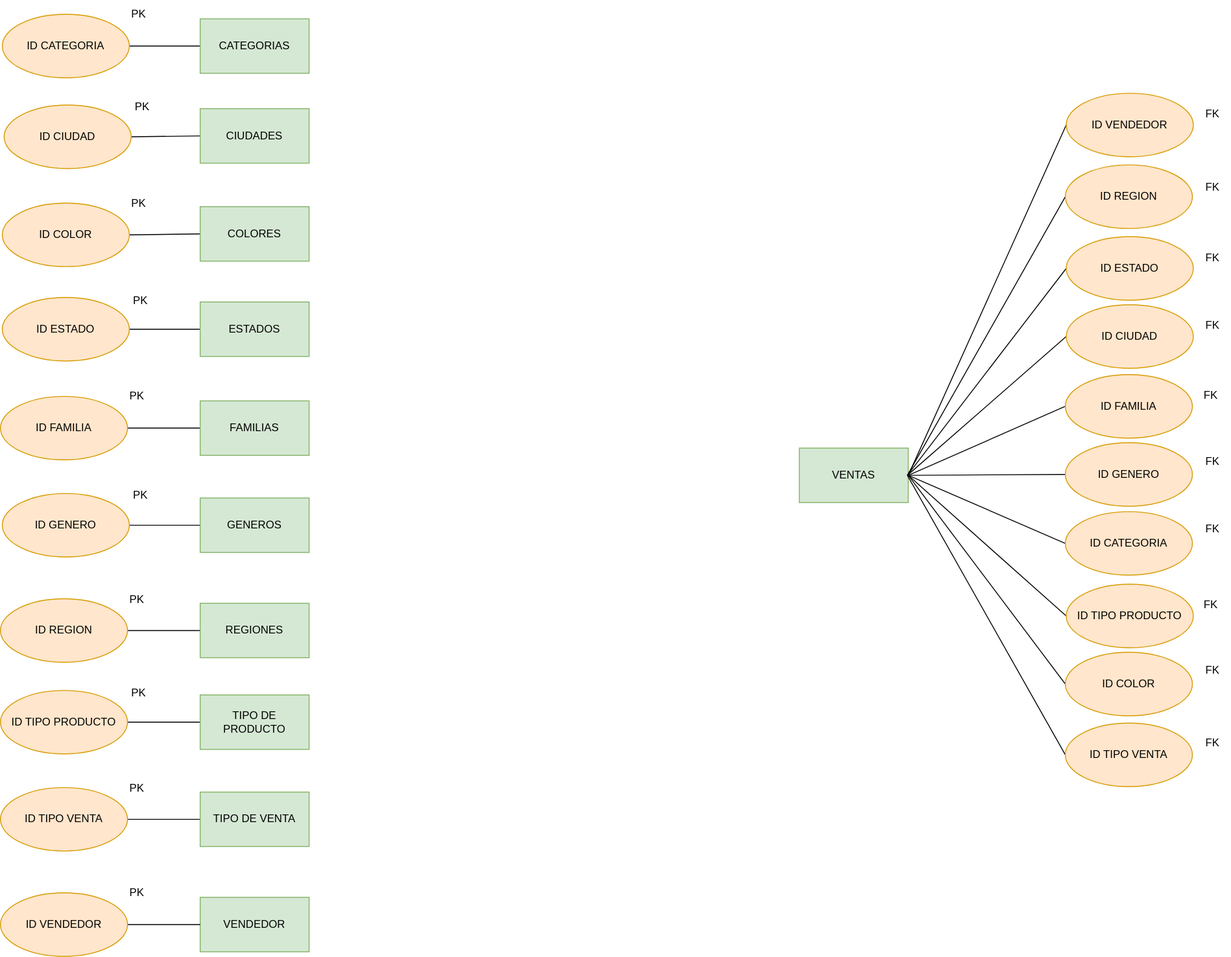
This is Data Analitycs/DATA ANALYTICS - PROYECTO FINAL/Diagramas/Modelo E-R.svg from Lautiiperez/CH, a draw.io export, as it was before one commit. Source tidied: cells renumbered, new cells last; positions are measured from the earlier drawing's top-left corner, leaving out a move shared by most shapes.
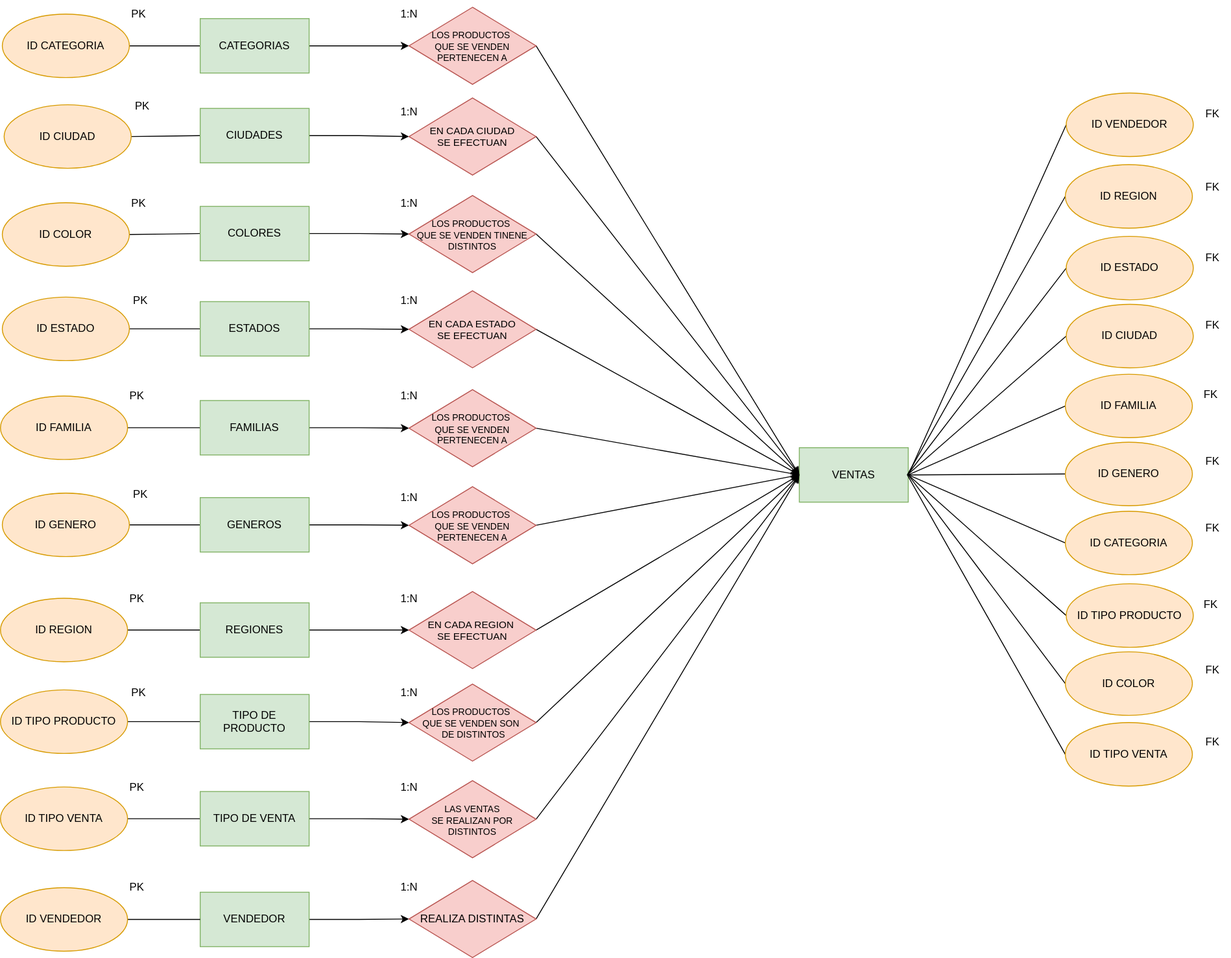
Above is the later version.

Diff of the diagram source:
```diff
@@ -106,68 +106,98 @@
     <mxCell id="33" style="rounded=0;jettySize=auto;html=1;exitX=0;exitY=0.5;exitDx=0;exitDy=0;entryX=1;entryY=0.5;entryDx=0;entryDy=0;endArrow=none;endFill=0;" parent="1" edge="1" source="34" target="71">
       <mxGeometry relative="1" as="geometry" />
     </mxCell>
+    <mxCell id="73" style="edgeStyle=orthogonalEdgeStyle;rounded=0;jettySize=auto;html=1;exitX=1;exitY=0.5;exitDx=0;exitDy=0;entryX=0;entryY=0.5;entryDx=0;entryDy=0;" parent="1" edge="1" source="34" target="84">
+      <mxGeometry relative="1" as="geometry" />
+    </mxCell>
     <mxCell id="34" value="CATEGORIAS" style="whiteSpace=wrap;html=1;fillColor=#d5e8d4;strokeColor=#82b366;" parent="1" vertex="1">
       <mxGeometry x="220" y="20" width="120" height="60" as="geometry" />
     </mxCell>
     <mxCell id="35" style="rounded=0;jettySize=auto;html=1;exitX=0;exitY=0.5;exitDx=0;exitDy=0;entryX=1;entryY=0.5;entryDx=0;entryDy=0;endArrow=none;endFill=0;" parent="1" edge="1" source="36" target="69">
       <mxGeometry relative="1" as="geometry" />
     </mxCell>
+    <mxCell id="74" style="edgeStyle=orthogonalEdgeStyle;rounded=0;jettySize=auto;html=1;exitX=1;exitY=0.5;exitDx=0;exitDy=0;entryX=0;entryY=0.5;entryDx=0;entryDy=0;" parent="1" edge="1" source="36" target="86">
+      <mxGeometry relative="1" as="geometry" />
+    </mxCell>
     <mxCell id="36" value="CIUDADES" style="whiteSpace=wrap;html=1;fillColor=#d5e8d4;strokeColor=#82b366;" parent="1" vertex="1">
       <mxGeometry x="220" y="119" width="120" height="60" as="geometry" />
     </mxCell>
     <mxCell id="37" style="rounded=0;jettySize=auto;html=1;exitX=0;exitY=0.5;exitDx=0;exitDy=0;entryX=1;entryY=0.5;entryDx=0;entryDy=0;endArrow=none;endFill=0;" parent="1" edge="1" source="38" target="67">
       <mxGeometry relative="1" as="geometry" />
     </mxCell>
+    <mxCell id="75" style="edgeStyle=orthogonalEdgeStyle;rounded=0;jettySize=auto;html=1;exitX=1;exitY=0.5;exitDx=0;exitDy=0;entryX=0;entryY=0.5;entryDx=0;entryDy=0;" parent="1" edge="1" source="38" target="88">
+      <mxGeometry relative="1" as="geometry" />
+    </mxCell>
     <mxCell id="38" value="COLORES" style="whiteSpace=wrap;html=1;fillColor=#d5e8d4;strokeColor=#82b366;" parent="1" vertex="1">
       <mxGeometry x="220" y="227" width="120" height="60" as="geometry" />
     </mxCell>
     <mxCell id="39" style="rounded=0;jettySize=auto;html=1;exitX=0;exitY=0.5;exitDx=0;exitDy=0;endArrow=none;endFill=0;" parent="1" edge="1" source="40" target="65">
       <mxGeometry relative="1" as="geometry" />
     </mxCell>
+    <mxCell id="76" style="edgeStyle=orthogonalEdgeStyle;rounded=0;jettySize=auto;html=1;exitX=1;exitY=0.5;exitDx=0;exitDy=0;entryX=0;entryY=0.5;entryDx=0;entryDy=0;" parent="1" edge="1" source="40" target="90">
+      <mxGeometry relative="1" as="geometry" />
+    </mxCell>
     <mxCell id="40" value="ESTADOS" style="whiteSpace=wrap;html=1;fillColor=#d5e8d4;strokeColor=#82b366;" parent="1" vertex="1">
       <mxGeometry x="220" y="332" width="120" height="60" as="geometry" />
     </mxCell>
     <mxCell id="41" style="edgeStyle=orthogonalEdgeStyle;rounded=0;jettySize=auto;html=1;exitX=0;exitY=0.5;exitDx=0;exitDy=0;endArrow=none;endFill=0;" parent="1" edge="1" source="42" target="63">
       <mxGeometry relative="1" as="geometry" />
     </mxCell>
+    <mxCell id="77" style="edgeStyle=orthogonalEdgeStyle;rounded=0;jettySize=auto;html=1;exitX=1;exitY=0.5;exitDx=0;exitDy=0;entryX=0;entryY=0.5;entryDx=0;entryDy=0;" parent="1" edge="1" source="42" target="92">
+      <mxGeometry relative="1" as="geometry" />
+    </mxCell>
     <mxCell id="42" value="FAMILIAS" style="whiteSpace=wrap;html=1;fillColor=#d5e8d4;strokeColor=#82b366;" parent="1" vertex="1">
       <mxGeometry x="220" y="441" width="120" height="60" as="geometry" />
     </mxCell>
     <mxCell id="43" style="rounded=0;jettySize=auto;html=1;exitX=0;exitY=0.5;exitDx=0;exitDy=0;endArrow=none;endFill=0;" parent="1" edge="1" source="44" target="61">
       <mxGeometry relative="1" as="geometry" />
     </mxCell>
+    <mxCell id="78" style="edgeStyle=orthogonalEdgeStyle;rounded=0;jettySize=auto;html=1;exitX=1;exitY=0.5;exitDx=0;exitDy=0;entryX=0;entryY=0.5;entryDx=0;entryDy=0;" parent="1" edge="1" source="44" target="94">
+      <mxGeometry relative="1" as="geometry" />
+    </mxCell>
     <mxCell id="44" value="GENEROS" style="whiteSpace=wrap;html=1;fillColor=#d5e8d4;strokeColor=#82b366;" parent="1" vertex="1">
       <mxGeometry x="220" y="548" width="120" height="60" as="geometry" />
     </mxCell>
     <mxCell id="45" style="rounded=0;jettySize=auto;html=1;exitX=0;exitY=0.5;exitDx=0;exitDy=0;entryX=1;entryY=0.5;entryDx=0;entryDy=0;endArrow=none;endFill=0;" parent="1" edge="1" source="46" target="59">
       <mxGeometry relative="1" as="geometry" />
     </mxCell>
+    <mxCell id="79" style="edgeStyle=orthogonalEdgeStyle;rounded=0;jettySize=auto;html=1;exitX=1;exitY=0.5;exitDx=0;exitDy=0;entryX=0;entryY=0.5;entryDx=0;entryDy=0;" parent="1" edge="1" source="46" target="96">
+      <mxGeometry relative="1" as="geometry" />
+    </mxCell>
     <mxCell id="46" value="REGIONES" style="whiteSpace=wrap;html=1;fillColor=#d5e8d4;strokeColor=#82b366;" parent="1" vertex="1">
       <mxGeometry x="220" y="664" width="120" height="60" as="geometry" />
     </mxCell>
     <mxCell id="47" style="rounded=0;jettySize=auto;html=1;exitX=0;exitY=0.5;exitDx=0;exitDy=0;entryX=1;entryY=0.5;entryDx=0;entryDy=0;endArrow=none;endFill=0;" parent="1" edge="1" source="48" target="57">
       <mxGeometry relative="1" as="geometry" />
     </mxCell>
+    <mxCell id="80" style="edgeStyle=orthogonalEdgeStyle;rounded=0;jettySize=auto;html=1;exitX=1;exitY=0.5;exitDx=0;exitDy=0;entryX=0;entryY=0.5;entryDx=0;entryDy=0;" parent="1" edge="1" source="48" target="98">
+      <mxGeometry relative="1" as="geometry" />
+    </mxCell>
     <mxCell id="48" value="TIPO DE PRODUCTO" style="whiteSpace=wrap;html=1;fillColor=#d5e8d4;strokeColor=#82b366;" parent="1" vertex="1">
       <mxGeometry x="220" y="765" width="120" height="60" as="geometry" />
     </mxCell>
     <mxCell id="49" style="edgeStyle=orthogonalEdgeStyle;rounded=0;jettySize=auto;html=1;exitX=0;exitY=0.5;exitDx=0;exitDy=0;entryX=1;entryY=0.5;entryDx=0;entryDy=0;endArrow=none;endFill=0;" parent="1" edge="1" source="50" target="55">
       <mxGeometry relative="1" as="geometry" />
     </mxCell>
+    <mxCell id="81" style="edgeStyle=orthogonalEdgeStyle;rounded=0;jettySize=auto;html=1;exitX=1;exitY=0.5;exitDx=0;exitDy=0;" parent="1" edge="1" source="50" target="100">
+      <mxGeometry relative="1" as="geometry" />
+    </mxCell>
     <mxCell id="50" value="TIPO DE VENTA" style="whiteSpace=wrap;html=1;fillColor=#d5e8d4;strokeColor=#82b366;" parent="1" vertex="1">
       <mxGeometry x="220" y="872" width="120" height="60" as="geometry" />
     </mxCell>
+    <mxCell id="82" style="edgeStyle=orthogonalEdgeStyle;rounded=0;jettySize=auto;html=1;exitX=1;exitY=0.5;exitDx=0;exitDy=0;entryX=0;entryY=0.5;entryDx=0;entryDy=0;" parent="1" edge="1" source="51" target="102">
+      <mxGeometry relative="1" as="geometry" />
+    </mxCell>
     <mxCell id="51" value="VENDEDOR" style="whiteSpace=wrap;html=1;fillColor=#d5e8d4;strokeColor=#82b366;" parent="1" vertex="1">
-      <mxGeometry x="220" y="988" width="120" height="60" as="geometry" />
+      <mxGeometry x="220" y="983" width="120" height="60" as="geometry" />
     </mxCell>
     <mxCell id="52" style="rounded=0;jettySize=auto;html=1;exitX=1;exitY=0.5;exitDx=0;exitDy=0;entryX=0;entryY=0.5;entryDx=0;entryDy=0;endArrow=none;endFill=0;" parent="1" edge="1" source="53" target="51">
       <mxGeometry relative="1" as="geometry" />
     </mxCell>
     <mxCell id="53" value="ID VENDEDOR" style="ellipse;whiteSpace=wrap;html=1;fillColor=#ffe6cc;strokeColor=#d79b00;" parent="1" vertex="1">
-      <mxGeometry y="983" width="140" height="70" as="geometry" />
+      <mxGeometry y="978" width="140" height="70" as="geometry" />
     </mxCell>
     <mxCell id="54" value="PK" style="text;html=1;align=center;verticalAlign=middle;strokeColor=none;fillColor=none;" parent="1" vertex="1">
-      <mxGeometry x="130" y="968" width="40" height="30" as="geometry" />
+      <mxGeometry x="130" y="963" width="40" height="30" as="geometry" />
     </mxCell>
     <mxCell id="55" value="ID TIPO VENTA" style="ellipse;whiteSpace=wrap;html=1;fillColor=#ffe6cc;strokeColor=#d79b00;" parent="1" vertex="1">
       <mxGeometry y="867" width="140" height="70" as="geometry" />
@@ -223,5 +253,95 @@
     <mxCell id="72" value="PK" style="text;html=1;align=center;verticalAlign=middle;strokeColor=none;fillColor=none;" parent="1" vertex="1">
       <mxGeometry x="132" width="40" height="30" as="geometry" />
     </mxCell>
+    <mxCell id="83" style="rounded=0;jettySize=auto;html=1;exitX=1;exitY=0.5;exitDx=0;exitDy=0;entryX=0;entryY=0.5;entryDx=0;entryDy=0;" parent="1" edge="1" source="84" target="3">
+      <mxGeometry relative="1" as="geometry" />
+    </mxCell>
+    <mxCell id="84" value="&lt;font style=&quot;font-size: 10px;&quot;&gt;LOS PRODUCTOS&amp;nbsp;&lt;/font&gt;&lt;div style=&quot;font-size: 10px;&quot;&gt;QUE SE VENDEN PERTENECEN A&lt;/div&gt;" style="rhombus;whiteSpace=wrap;html=1;fillColor=#f8cecc;strokeColor=#b85450;" parent="1" vertex="1">
+      <mxGeometry x="450" y="7.5" width="140" height="85" as="geometry" />
+    </mxCell>
+    <mxCell id="85" style="rounded=0;jettySize=auto;html=1;exitX=1;exitY=0.5;exitDx=0;exitDy=0;entryX=0;entryY=0.5;entryDx=0;entryDy=0;" parent="1" edge="1" source="86" target="3">
+      <mxGeometry relative="1" as="geometry" />
+    </mxCell>
+    <mxCell id="86" value="&lt;font style=&quot;font-size: 11px;&quot;&gt;EN CADA CIUDAD&lt;/font&gt;&lt;div style=&quot;font-size: 11px;&quot;&gt;&lt;span style=&quot;background-color: initial;&quot;&gt;SE EFECTUAN&lt;/span&gt;&lt;/div&gt;" style="rhombus;whiteSpace=wrap;html=1;fillColor=#f8cecc;strokeColor=#b85450;" parent="1" vertex="1">
+      <mxGeometry x="450" y="107.5" width="140" height="85" as="geometry" />
+    </mxCell>
+    <mxCell id="87" style="rounded=0;jettySize=auto;html=1;exitX=1;exitY=0.5;exitDx=0;exitDy=0;entryX=0;entryY=0.5;entryDx=0;entryDy=0;" parent="1" edge="1" source="88" target="3">
+      <mxGeometry relative="1" as="geometry" />
+    </mxCell>
+    <mxCell id="88" value="&lt;font style=&quot;font-size: 10px;&quot;&gt;LOS PRODUCTOS&amp;nbsp;&lt;/font&gt;&lt;div style=&quot;font-size: 10px;&quot;&gt;QUE SE VENDEN TINENE DISTINTOS&lt;/div&gt;" style="rhombus;whiteSpace=wrap;html=1;fillColor=#f8cecc;strokeColor=#b85450;" parent="1" vertex="1">
+      <mxGeometry x="450" y="215" width="140" height="85" as="geometry" />
+    </mxCell>
+    <mxCell id="89" style="rounded=0;jettySize=auto;html=1;exitX=1;exitY=0.5;exitDx=0;exitDy=0;entryX=0;entryY=0.5;entryDx=0;entryDy=0;" parent="1" edge="1" source="90" target="3">
+      <mxGeometry relative="1" as="geometry" />
+    </mxCell>
+    <mxCell id="90" value="&lt;font style=&quot;font-size: 11px;&quot;&gt;EN CADA ESTADO&lt;/font&gt;&lt;div style=&quot;font-size: 11px;&quot;&gt;&lt;span style=&quot;background-color: initial;&quot;&gt;SE EFECTUAN&lt;/span&gt;&lt;/div&gt;" style="rhombus;whiteSpace=wrap;html=1;fillColor=#f8cecc;strokeColor=#b85450;" parent="1" vertex="1">
+      <mxGeometry x="450" y="320" width="140" height="85" as="geometry" />
+    </mxCell>
+    <mxCell id="91" style="rounded=0;jettySize=auto;html=1;exitX=1;exitY=0.5;exitDx=0;exitDy=0;entryX=0;entryY=0.5;entryDx=0;entryDy=0;" parent="1" edge="1" source="92" target="3">
+      <mxGeometry relative="1" as="geometry" />
+    </mxCell>
+    <mxCell id="92" value="&lt;font style=&quot;font-size: 10px;&quot;&gt;LOS PRODUCTOS&amp;nbsp;&lt;/font&gt;&lt;div style=&quot;font-size: 10px;&quot;&gt;&lt;font style=&quot;font-size: 10px;&quot;&gt;QUE SE VENDEN PERTENECEN A&lt;/font&gt;&lt;/div&gt;" style="rhombus;whiteSpace=wrap;html=1;fillColor=#f8cecc;strokeColor=#b85450;" parent="1" vertex="1">
+      <mxGeometry x="450" y="429" width="140" height="85" as="geometry" />
+    </mxCell>
+    <mxCell id="93" style="rounded=0;jettySize=auto;html=1;exitX=1;exitY=0.5;exitDx=0;exitDy=0;entryX=0;entryY=0.5;entryDx=0;entryDy=0;" parent="1" edge="1" source="94" target="3">
+      <mxGeometry relative="1" as="geometry" />
+    </mxCell>
+    <mxCell id="94" value="&lt;font style=&quot;font-size: 10px;&quot;&gt;LOS PRODUCTOS&amp;nbsp;&lt;/font&gt;&lt;div style=&quot;font-size: 10px;&quot;&gt;QUE SE VENDEN PERTENECEN A&lt;/div&gt;" style="rhombus;whiteSpace=wrap;html=1;fillColor=#f8cecc;strokeColor=#b85450;" parent="1" vertex="1">
+      <mxGeometry x="450" y="536" width="140" height="85" as="geometry" />
+    </mxCell>
+    <mxCell id="95" style="rounded=0;jettySize=auto;html=1;exitX=1;exitY=0.5;exitDx=0;exitDy=0;entryX=0;entryY=0.5;entryDx=0;entryDy=0;" parent="1" edge="1" source="96" target="3">
+      <mxGeometry relative="1" as="geometry" />
+    </mxCell>
+    <mxCell id="96" value="&lt;font style=&quot;font-size: 11px;&quot;&gt;EN CADA REGION&amp;nbsp;&lt;/font&gt;&lt;div style=&quot;font-size: 11px;&quot;&gt;&lt;span style=&quot;background-color: initial;&quot;&gt;&lt;font style=&quot;font-size: 11px;&quot;&gt;SE EFECTUAN&lt;/font&gt;&lt;/span&gt;&lt;/div&gt;" style="rhombus;whiteSpace=wrap;html=1;fillColor=#f8cecc;strokeColor=#b85450;" parent="1" vertex="1">
+      <mxGeometry x="450" y="651.5" width="140" height="85" as="geometry" />
+    </mxCell>
+    <mxCell id="97" style="rounded=0;jettySize=auto;html=1;exitX=1;exitY=0.5;exitDx=0;exitDy=0;entryX=0;entryY=0.5;entryDx=0;entryDy=0;" parent="1" edge="1" source="98" target="3">
+      <mxGeometry relative="1" as="geometry" />
+    </mxCell>
+    <mxCell id="98" value="&lt;font style=&quot;font-size: 10px;&quot;&gt;LOS PRODUCTOS&amp;nbsp;&lt;/font&gt;&lt;div style=&quot;font-size: 10px;&quot;&gt;QUE SE VENDEN SON&amp;nbsp;&lt;/div&gt;&lt;div style=&quot;font-size: 10px;&quot;&gt;&amp;nbsp;DE DISTINTOS&lt;/div&gt;" style="rhombus;whiteSpace=wrap;html=1;fillColor=#f8cecc;strokeColor=#b85450;" parent="1" vertex="1">
+      <mxGeometry x="450" y="753.5" width="140" height="85" as="geometry" />
+    </mxCell>
+    <mxCell id="99" style="rounded=0;jettySize=auto;html=1;exitX=1;exitY=0.5;exitDx=0;exitDy=0;entryX=0;entryY=0.5;entryDx=0;entryDy=0;" parent="1" edge="1" source="100" target="3">
+      <mxGeometry relative="1" as="geometry" />
+    </mxCell>
+    <mxCell id="100" value="&lt;font style=&quot;font-size: 10px;&quot;&gt;LAS VENTAS&lt;/font&gt;&lt;div style=&quot;font-size: 10px;&quot;&gt;SE REALIZAN POR DISTINTOS&lt;/div&gt;" style="rhombus;whiteSpace=wrap;html=1;fillColor=#f8cecc;strokeColor=#b85450;" parent="1" vertex="1">
+      <mxGeometry x="450" y="860" width="140" height="85" as="geometry" />
+    </mxCell>
+    <mxCell id="101" style="rounded=0;jettySize=auto;html=1;exitX=1;exitY=0.5;exitDx=0;exitDy=0;entryX=0;entryY=0.5;entryDx=0;entryDy=0;" parent="1" edge="1" source="102" target="3">
+      <mxGeometry relative="1" as="geometry" />
+    </mxCell>
+    <mxCell id="102" value="REALIZA DISTINTAS" style="rhombus;whiteSpace=wrap;html=1;fillColor=#f8cecc;strokeColor=#b85450;" parent="1" vertex="1">
+      <mxGeometry x="450" y="970" width="140" height="85" as="geometry" />
+    </mxCell>
+    <mxCell id="103" value="1:N" style="text;html=1;align=center;verticalAlign=middle;strokeColor=none;fillColor=none;" parent="1" vertex="1">
+      <mxGeometry x="430" width="40" height="30" as="geometry" />
+    </mxCell>
+    <mxCell id="104" value="1:N" style="text;html=1;align=center;verticalAlign=middle;strokeColor=none;fillColor=none;" parent="1" vertex="1">
+      <mxGeometry x="430" y="107.5" width="40" height="30" as="geometry" />
+    </mxCell>
+    <mxCell id="105" value="1:N" style="text;html=1;align=center;verticalAlign=middle;strokeColor=none;fillColor=none;" parent="1" vertex="1">
+      <mxGeometry x="430" y="209" width="40" height="30" as="geometry" />
+    </mxCell>
+    <mxCell id="106" value="1:N" style="text;html=1;align=center;verticalAlign=middle;strokeColor=none;fillColor=none;" parent="1" vertex="1">
+      <mxGeometry x="430" y="316" width="40" height="30" as="geometry" />
+    </mxCell>
+    <mxCell id="107" value="1:N" style="text;html=1;align=center;verticalAlign=middle;strokeColor=none;fillColor=none;" parent="1" vertex="1">
+      <mxGeometry x="430" y="421" width="40" height="30" as="geometry" />
+    </mxCell>
+    <mxCell id="108" value="1:N" style="text;html=1;align=center;verticalAlign=middle;strokeColor=none;fillColor=none;" parent="1" vertex="1">
+      <mxGeometry x="430" y="533" width="40" height="30" as="geometry" />
+    </mxCell>
+    <mxCell id="109" value="1:N" style="text;html=1;align=center;verticalAlign=middle;strokeColor=none;fillColor=none;" parent="1" vertex="1">
+      <mxGeometry x="430" y="645" width="40" height="30" as="geometry" />
+    </mxCell>
+    <mxCell id="110" value="1:N" style="text;html=1;align=center;verticalAlign=middle;strokeColor=none;fillColor=none;" parent="1" vertex="1">
+      <mxGeometry x="430" y="748" width="40" height="30" as="geometry" />
+    </mxCell>
+    <mxCell id="111" value="1:N" style="text;html=1;align=center;verticalAlign=middle;strokeColor=none;fillColor=none;" parent="1" vertex="1">
+      <mxGeometry x="430" y="853" width="40" height="30" as="geometry" />
+    </mxCell>
+    <mxCell id="112" value="1:N" style="text;html=1;align=center;verticalAlign=middle;strokeColor=none;fillColor=none;" parent="1" vertex="1">
+      <mxGeometry x="430" y="963" width="40" height="30" as="geometry" />
+    </mxCell>
   </root>
 </mxGraphModel>
```
